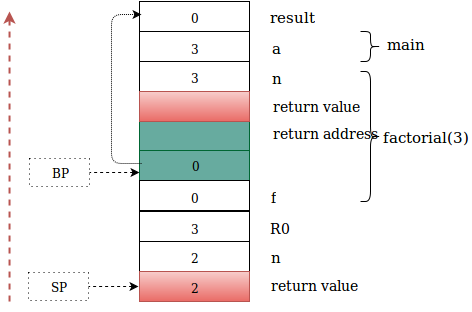
The draw.io diagram img/data_structure_45.png in silcnitc/silcnitc.github.io, before a commit. Source tidied: cells renumbered, new cells last; positions are measured from the earlier drawing's top-left corner, leaving out a move shared by most shapes.
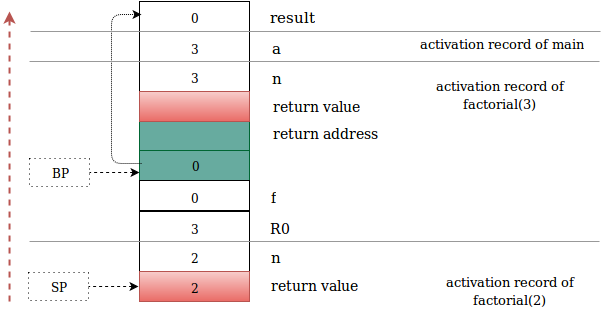
Later version of the same file.

The edit, as a diff of the source:
```diff
@@ -86,18 +86,6 @@
     <mxCell id="28" value="return value&lt;br&gt;" style="text;html=1;strokeColor=none;fillColor=none;align=center;verticalAlign=middle;whiteSpace=wrap;overflow=hidden;fontFamily=Gentium Basic;fontSize=14;" parent="1" vertex="1">
       <mxGeometry x="235" y="271" width="139" height="27" as="geometry" />
     </mxCell>
-    <mxCell id="29" style="shape=curlyBracket;whiteSpace=wrap;html=1;rounded=1;strokeColor=#000000;fontSize=14;direction=west;" parent="1" vertex="1">
-      <mxGeometry x="351" y="30" width="20" height="30" as="geometry" />
-    </mxCell>
-    <mxCell id="30" style="shape=curlyBracket;whiteSpace=wrap;html=1;rounded=1;strokeColor=#000000;fontSize=14;direction=west;" parent="1" vertex="1">
-      <mxGeometry x="351" y="70" width="20" height="130" as="geometry" />
-    </mxCell>
-    <mxCell id="31" value="main" style="text;html=1;strokeColor=none;fillColor=none;align=center;verticalAlign=middle;whiteSpace=wrap;overflow=hidden;fontFamily=Gentium Basic;fontSize=15;" parent="1" vertex="1">
-      <mxGeometry x="366" y="30" width="60" height="25" as="geometry" />
-    </mxCell>
-    <mxCell id="32" value="factorial(3)" style="text;html=1;strokeColor=none;fillColor=none;align=center;verticalAlign=middle;whiteSpace=wrap;overflow=hidden;fontFamily=Gentium Basic;fontSize=15;" parent="1" vertex="1">
-      <mxGeometry x="371" y="123" width="90" height="25" as="geometry" />
-    </mxCell>
     <mxCell id="33" value="0" style="text;html=1;strokeColor=none;fillColor=none;align=center;verticalAlign=middle;whiteSpace=wrap;overflow=hidden;fontFamily=Gentium Basic;" parent="1" vertex="1">
       <mxGeometry x="156" y="151" width="60" height="25" as="geometry" />
     </mxCell>
@@ -127,5 +115,23 @@
         </Array>
       </mxGeometry>
     </mxCell>
+    <mxCell id="39" value="&lt;font style=&quot;font-size: 13px&quot;&gt;activation record of main&lt;/font&gt;" style="text;html=1;strokeColor=none;fillColor=none;align=center;verticalAlign=middle;whiteSpace=wrap;overflow=hidden;fontFamily=Gentium Basic;fontSize=15;" parent="1" vertex="1">
+      <mxGeometry x="400" y="19" width="184" height="46" as="geometry" />
+    </mxCell>
+    <mxCell id="40" style="verticalLabelPosition=bottom;shadow=0;dashed=0;align=center;html=1;verticalAlign=top;strokeWidth=1;shape=mxgraph.mockup.markup.line;strokeColor=#999999;" parent="1" vertex="1">
+      <mxGeometry x="20" y="50" width="570" height="20" as="geometry" />
+    </mxCell>
+    <mxCell id="41" style="verticalLabelPosition=bottom;shadow=0;dashed=0;align=center;html=1;verticalAlign=top;strokeWidth=1;shape=mxgraph.mockup.markup.line;strokeColor=#999999;" parent="1" vertex="1">
+      <mxGeometry x="21" y="20" width="570" height="20" as="geometry" />
+    </mxCell>
+    <mxCell id="42" value="&lt;font style=&quot;font-size: 13px&quot;&gt;activation record of factorial(3)&lt;br&gt;&lt;/font&gt;" style="text;html=1;strokeColor=none;fillColor=none;align=center;verticalAlign=middle;whiteSpace=wrap;overflow=hidden;fontFamily=Gentium Basic;fontSize=15;" parent="1" vertex="1">
+      <mxGeometry x="399" y="70" width="184" height="46" as="geometry" />
+    </mxCell>
+    <mxCell id="43" style="verticalLabelPosition=bottom;shadow=0;dashed=0;align=center;html=1;verticalAlign=top;strokeWidth=1;shape=mxgraph.mockup.markup.line;strokeColor=#999999;" parent="1" vertex="1">
+      <mxGeometry x="20" y="230" width="570" height="20" as="geometry" />
+    </mxCell>
+    <mxCell id="44" value="&lt;font style=&quot;font-size: 13px&quot;&gt;activation record of factorial(2)&lt;br&gt;&lt;/font&gt;" style="text;html=1;strokeColor=none;fillColor=none;align=center;verticalAlign=middle;whiteSpace=wrap;overflow=hidden;fontFamily=Gentium Basic;fontSize=15;" parent="1" vertex="1">
+      <mxGeometry x="409" y="266" width="184" height="46" as="geometry" />
+    </mxCell>
   </root>
 </mxGraphModel>
```
